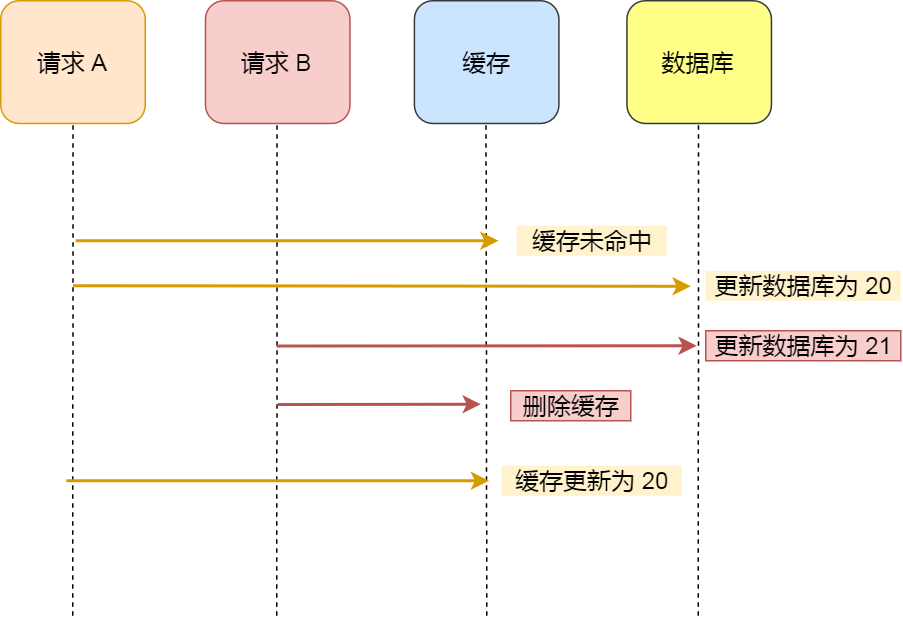
Above: redis/缓存/删缓更库.drawio.png in xiaolincoder/ImageHost4 (draw.io), before the change. Source tidied: cells renumbered, new cells last; positions are measured from the earlier drawing's top-left corner, leaving out a move shared by most shapes.
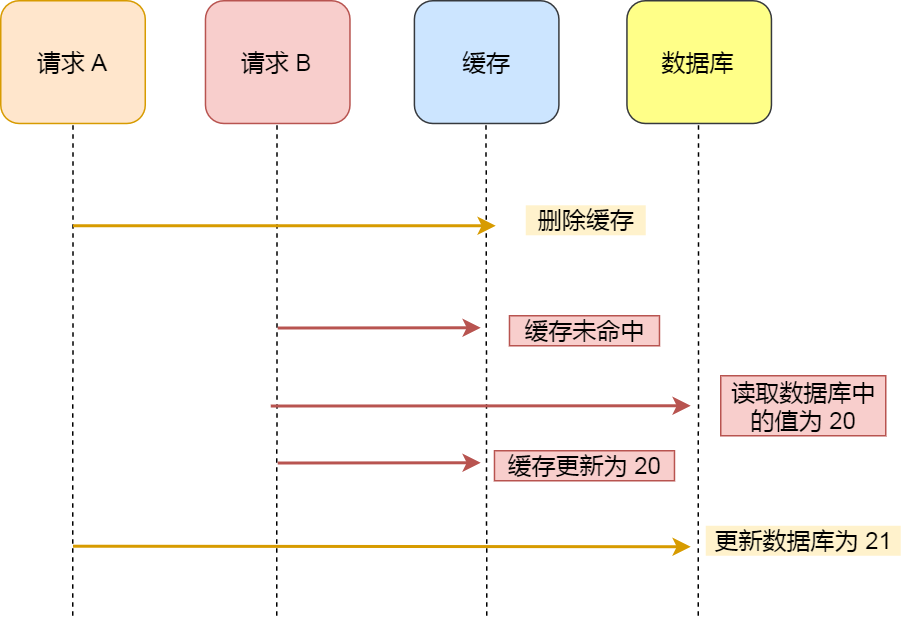
After the commit.

Commit message:
已添加 删缓更库.drawio.png

Diff of the diagram source:
```diff
@@ -14,73 +14,73 @@
     <mxCell id="5" value="数据库" style="rounded=1;whiteSpace=wrap;html=1;fontSize=16;fillColor=#ffff88;strokeColor=#36393d;" parent="1" vertex="1">
       <mxGeometry x="417.5" width="96.3" height="81.8" as="geometry" />
     </mxCell>
-    <mxCell id="6" style="endArrow=none;html=1;fontSize=16;entryX=0.5;entryY=1;entryDx=0;entryDy=0;dashed=1;" parent="1" edge="1" target="2">
-      <mxGeometry x="70" y="150" as="geometry">
-        <mxPoint x="48" y="410" as="sourcePoint" />
-      </mxGeometry>
-    </mxCell>
-    <mxCell id="7" style="endArrow=none;html=1;fontSize=16;entryX=0.5;entryY=1;entryDx=0;entryDy=0;dashed=1;" parent="1" edge="1">
-      <mxGeometry x="70" y="150" as="geometry">
-        <mxPoint x="184" y="410" as="sourcePoint" />
-        <mxPoint x="184.2" y="81.8" as="targetPoint" />
-      </mxGeometry>
-    </mxCell>
-    <mxCell id="8" style="endArrow=none;html=1;fontSize=16;entryX=0.5;entryY=1;entryDx=0;entryDy=0;dashed=1;" parent="1" edge="1">
-      <mxGeometry x="70" y="150" as="geometry">
-        <mxPoint x="324" y="410" as="sourcePoint" />
-        <mxPoint x="323.5" y="81.8" as="targetPoint" />
-      </mxGeometry>
-    </mxCell>
-    <mxCell id="9" style="endArrow=none;html=1;fontSize=16;entryX=0.5;entryY=1;entryDx=0;entryDy=0;dashed=1;" parent="1" edge="1">
-      <mxGeometry x="70" y="150" as="geometry">
-        <mxPoint x="465" y="410" as="sourcePoint" />
-        <mxPoint x="465.2" y="81.8" as="targetPoint" />
-      </mxGeometry>
-    </mxCell>
-    <mxCell id="10" style="endArrow=classic;html=1;fontSize=16;fillColor=#ffcd28;strokeColor=#d79b00;gradientColor=#ffa500;strokeWidth=2;" parent="1" edge="1">
-      <mxGeometry x="65.6" y="320" as="geometry">
-        <mxPoint x="43.7" y="320" as="sourcePoint" />
-        <mxPoint x="325.6" y="320" as="targetPoint" />
-      </mxGeometry>
-    </mxCell>
+    <mxCell id="20" style="endArrow=none;html=1;fontSize=16;entryX=0.5;entryY=1;entryDx=0;entryDy=0;dashed=1;" parent="1" edge="1" target="2">
+      <mxGeometry x="70" y="150" as="geometry">
+        <mxPoint x="48" y="410" as="sourcePoint" />
+      </mxGeometry>
+    </mxCell>
+    <mxCell id="21" style="endArrow=none;html=1;fontSize=16;entryX=0.5;entryY=1;entryDx=0;entryDy=0;dashed=1;" parent="1" edge="1">
+      <mxGeometry x="70" y="150" as="geometry">
+        <mxPoint x="184" y="410" as="sourcePoint" />
+        <mxPoint x="184.2" y="81.8" as="targetPoint" />
+      </mxGeometry>
+    </mxCell>
+    <mxCell id="22" style="endArrow=none;html=1;fontSize=16;entryX=0.5;entryY=1;entryDx=0;entryDy=0;dashed=1;" parent="1" edge="1">
+      <mxGeometry x="70" y="150" as="geometry">
+        <mxPoint x="324" y="410" as="sourcePoint" />
+        <mxPoint x="323.5" y="81.8" as="targetPoint" />
+      </mxGeometry>
+    </mxCell>
+    <mxCell id="23" style="endArrow=none;html=1;fontSize=16;entryX=0.5;entryY=1;entryDx=0;entryDy=0;dashed=1;" parent="1" edge="1">
+      <mxGeometry x="70" y="150" as="geometry">
+        <mxPoint x="465" y="410" as="sourcePoint" />
+        <mxPoint x="465.2" y="81.8" as="targetPoint" />
+      </mxGeometry>
+    </mxCell>
+    <mxCell id="24" style="endArrow=classic;html=1;fontSize=16;fillColor=#ffcd28;strokeColor=#d79b00;gradientColor=#ffa500;strokeWidth=2;" parent="1" edge="1">
+      <mxGeometry x="70" y="150" as="geometry">
+        <mxPoint x="48.2" y="150" as="sourcePoint" />
+        <mxPoint x="330" y="150" as="targetPoint" />
+      </mxGeometry>
+    </mxCell>
+    <mxCell id="17" value="删除缓存" style="text;html=1;align=center;verticalAlign=middle;fillColor=#fff2cc;fontSize=16;" parent="1" vertex="1">
+      <mxGeometry x="350" y="136.4" width="80" height="20" as="geometry" />
+    </mxCell>
+    <mxCell id="25" style="endArrow=classic;html=1;fontSize=16;strokeWidth=2;gradientColor=#ea6b66;fillColor=#f8cecc;strokeColor=#b85450;" parent="1" edge="1">
+      <mxGeometry x="70" y="150" as="geometry">
+        <mxPoint x="184.6" y="218.2" as="sourcePoint" />
+        <mxPoint x="320" y="218" as="targetPoint" />
+      </mxGeometry>
+    </mxCell>
+    <mxCell id="26" style="endArrow=classic;html=1;fontSize=16;strokeWidth=2;gradientColor=#ffa500;fillColor=#ffcd28;strokeColor=#d79b00;" parent="1" edge="1">
+      <mxGeometry x="70" y="159.1" as="geometry">
+        <mxPoint x="48.2" y="363.6" as="sourcePoint" />
+        <mxPoint x="460" y="364" as="targetPoint" />
+      </mxGeometry>
+    </mxCell>
+    <mxCell id="15" value="更新数据库为 21" style="text;html=1;align=center;verticalAlign=middle;fillColor=#fff2cc;fontSize=16;strokeWidth=2;" parent="1" vertex="1">
+      <mxGeometry x="470" y="350" width="130" height="20" as="geometry" />
+    </mxCell>
-    <mxCell id="11" value="缓存未命中" style="text;html=1;align=center;verticalAlign=middle;fillColor=#fff2cc;fontSize=16;" parent="1" vertex="1">
-      <mxGeometry x="344" y="150" width="100" height="20" as="geometry" />
+    <mxCell id="11" value="缓存未命中" style="text;html=1;align=center;verticalAlign=middle;strokeColor=#b85450;fillColor=#f8cecc;fontSize=16;" parent="1" vertex="1">
+      <mxGeometry x="339.1" y="210" width="100" height="20" as="geometry" />
     </mxCell>
-    <mxCell id="12" style="endArrow=classic;html=1;fontSize=16;strokeWidth=2;gradientColor=#ffa500;fillColor=#ffcd28;strokeColor=#d79b00;" parent="1" edge="1">
-      <mxGeometry x="70" y="-14.5" as="geometry">
-        <mxPoint x="48.2" y="190" as="sourcePoint" />
-        <mxPoint x="460" y="190.4" as="targetPoint" />
-      </mxGeometry>
-    </mxCell>
-    <mxCell id="13" value="更新数据库为 20" style="text;html=1;align=center;verticalAlign=middle;fillColor=#fff2cc;fontSize=16;strokeWidth=2;" parent="1" vertex="1">
-      <mxGeometry x="470" y="180" width="130" height="20" as="geometry" />
-    </mxCell>
-    <mxCell id="14" style="endArrow=classic;html=1;fontSize=16;strokeWidth=2;gradientColor=#ea6b66;fillColor=#f8cecc;strokeColor=#b85450;" parent="1" edge="1">
-      <mxGeometry x="69.3" y="162" as="geometry">
-        <mxPoint x="183.9" y="230.2" as="sourcePoint" />
-        <mxPoint x="463.9" y="230" as="targetPoint" />
-      </mxGeometry>
-    </mxCell>
-    <mxCell id="15" value="更新数据库为 21" style="text;html=1;align=center;verticalAlign=middle;strokeColor=#b85450;fillColor=#f8cecc;fontSize=16;" parent="1" vertex="1">
-      <mxGeometry x="470" y="220" width="130" height="20" as="geometry" />
-    </mxCell>
-    <mxCell id="16" style="endArrow=classic;html=1;fontSize=16;strokeWidth=2;gradientColor=#ea6b66;fillColor=#f8cecc;strokeColor=#b85450;" parent="1" edge="1">
-      <mxGeometry x="70" y="201" as="geometry">
-        <mxPoint x="184.6" y="269.2" as="sourcePoint" />
-        <mxPoint x="320" y="269" as="targetPoint" />
-      </mxGeometry>
-    </mxCell>
-    <mxCell id="17" value="删除缓存" style="text;html=1;align=center;verticalAlign=middle;strokeColor=#b85450;fillColor=#f8cecc;fontSize=16;" parent="1" vertex="1">
-      <mxGeometry x="340" y="260" width="80" height="20" as="geometry" />
-    </mxCell>
-    <mxCell id="18" style="endArrow=classic;html=1;fontSize=16;fillColor=#ffcd28;strokeColor=#d79b00;gradientColor=#ffa500;strokeWidth=2;" parent="1" edge="1">
-      <mxGeometry x="71.8" y="160" as="geometry">
-        <mxPoint x="50" y="160" as="sourcePoint" />
-        <mxPoint x="331.8" y="160" as="targetPoint" />
-      </mxGeometry>
-    </mxCell>
+    <mxCell id="27" style="endArrow=classic;html=1;fontSize=16;strokeWidth=2;gradientColor=#ea6b66;fillColor=#f8cecc;strokeColor=#b85450;" parent="1" edge="1">
+      <mxGeometry x="65.3" y="202" as="geometry">
+        <mxPoint x="180" y="270.2" as="sourcePoint" />
+        <mxPoint x="460" y="270" as="targetPoint" />
+      </mxGeometry>
+    </mxCell>
+    <mxCell id="28" value="读取数据库中&lt;br&gt;的值为 20" style="text;html=1;align=center;verticalAlign=middle;strokeColor=#b85450;fillColor=#f8cecc;fontSize=16;" parent="1" vertex="1">
+      <mxGeometry x="480" y="250" width="110" height="40" as="geometry" />
+    </mxCell>
+    <mxCell id="29" style="endArrow=classic;html=1;fontSize=16;strokeWidth=2;gradientColor=#ea6b66;fillColor=#f8cecc;strokeColor=#b85450;" parent="1" edge="1">
+      <mxGeometry x="70" y="240" as="geometry">
+        <mxPoint x="184.6" y="308.2" as="sourcePoint" />
+        <mxPoint x="320" y="308" as="targetPoint" />
+      </mxGeometry>
+    </mxCell>
-    <mxCell id="19" value="缓存更新为 20" style="text;html=1;align=center;verticalAlign=middle;fillColor=#fff2cc;fontSize=16;" parent="1" vertex="1">
-      <mxGeometry x="334" y="310" width="120" height="20" as="geometry" />
+    <mxCell id="19" value="缓存更新为 20" style="text;html=1;align=center;verticalAlign=middle;strokeColor=#b85450;fillColor=#f8cecc;fontSize=16;" parent="1" vertex="1">
+      <mxGeometry x="329.1" y="300" width="120" height="20" as="geometry" />
     </mxCell>
   </root>
 </mxGraphModel>
```
